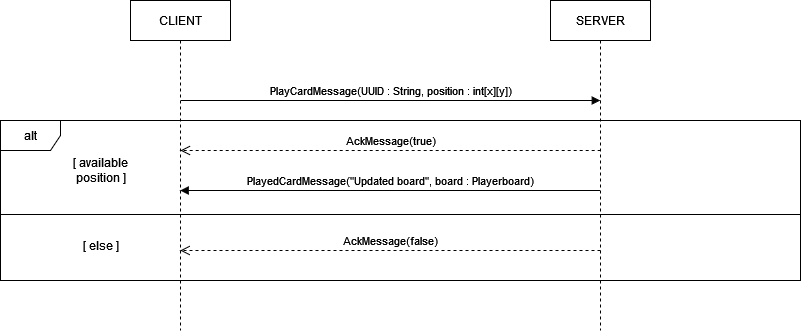
Above: deliverables/DrawACard.png in RogerTWS02/ing-sw-2024-Esposito-Falzoni-Frisone-Grassi (draw.io), before the change. Source tidied: cells renumbered, new cells last; positions are measured from the earlier drawing's top-left corner, leaving out a move shared by most shapes.
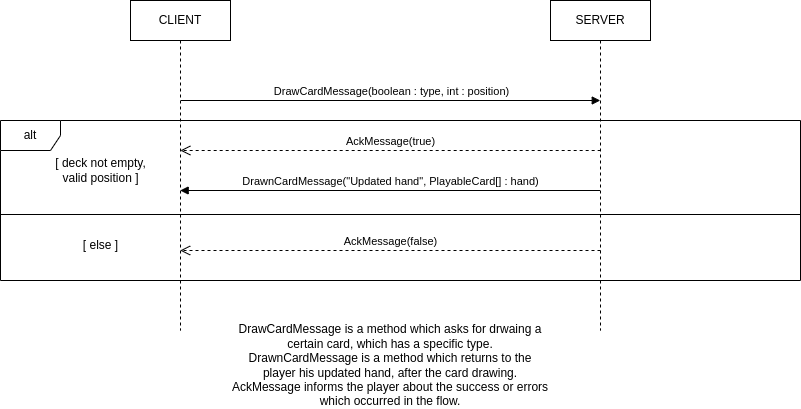
The same diagram one commit later.

The edit, as a diff of the source:
```diff
@@ -14,7 +14,7 @@
     <mxCell id="5" style="line;strokeWidth=1;fillColor=none;align=left;verticalAlign=middle;spacingTop=-1;spacingLeft=3;spacingRight=3;labelPosition=right;strokeColor=inherit;" parent="1" vertex="1">
       <mxGeometry y="210" width="800" height="8" as="geometry" />
     </mxCell>
-    <mxCell id="6" value="PlayCardMessage(UUID : String, position : int[x][y])" style="html=1;verticalAlign=bottom;endArrow=block;curved=0;rounded=0;" parent="1" edge="1">
+    <mxCell id="6" value="DrawCardMessage(boolean : type, int : position)" style="html=1;verticalAlign=bottom;endArrow=block;curved=0;rounded=0;" parent="1" edge="1">
       <mxGeometry relative="1" as="geometry">
         <mxPoint x="180.2" y="100" as="sourcePoint" />
         <mxPoint x="599.8" y="100" as="targetPoint" />
@@ -32,17 +32,20 @@
         <mxPoint x="179.7" y="250" as="targetPoint" />
       </mxGeometry>
     </mxCell>
-    <mxCell id="9" value="[ available&lt;div&gt;position ]&lt;/div&gt;" style="text;html=1;align=center;verticalAlign=middle;strokeColor=none;fillColor=none;" parent="1" vertex="1">
-      <mxGeometry x="60" y="150" width="80" height="40" as="geometry" />
+    <mxCell id="9" value="[ deck not empty,&lt;div&gt;&lt;span style=&quot;background-color: initial;&quot;&gt;valid position ]&lt;/span&gt;&lt;/div&gt;" style="text;html=1;align=center;verticalAlign=middle;strokeColor=none;fillColor=none;" parent="1" vertex="1">
+      <mxGeometry x="45" y="150" width="110" height="40" as="geometry" />
     </mxCell>
     <mxCell id="10" value="[ else ]" style="text;html=1;align=center;verticalAlign=middle;strokeColor=none;fillColor=none;" parent="1" vertex="1">
       <mxGeometry x="70" y="230" width="60" height="30" as="geometry" />
     </mxCell>
-    <mxCell id="11" value="PlayedCardMessage(&quot;Updated board&quot;, board : Playerboard)" style="html=1;verticalAlign=bottom;endArrow=block;curved=0;rounded=0;" parent="1" edge="1">
+    <mxCell id="11" value="DrawnCardMessage(&quot;Updated hand&quot;, PlayableCard[] : hand)" style="html=1;verticalAlign=bottom;endArrow=block;curved=0;rounded=0;" parent="1" edge="1">
       <mxGeometry relative="1" as="geometry">
         <mxPoint x="599.5" y="190" as="sourcePoint" />
         <mxPoint x="179.7" y="190" as="targetPoint" />
       </mxGeometry>
     </mxCell>
+    <mxCell id="12" value="DrawCardMessage is a method which asks for drwaing a certain card, which has a specific type.&lt;div&gt;DrawnCardMessage is a method which returns to the player his updated hand, after the card drawing.&lt;/div&gt;&lt;div&gt;AckMessage informs the player about the success or errors which occurred in the flow.&lt;/div&gt;" style="text;html=1;align=center;verticalAlign=middle;whiteSpace=wrap;rounded=0;" parent="1" vertex="1">
+      <mxGeometry x="230" y="350" width="320" height="30" as="geometry" />
+    </mxCell>
   </root>
 </mxGraphModel>
```
